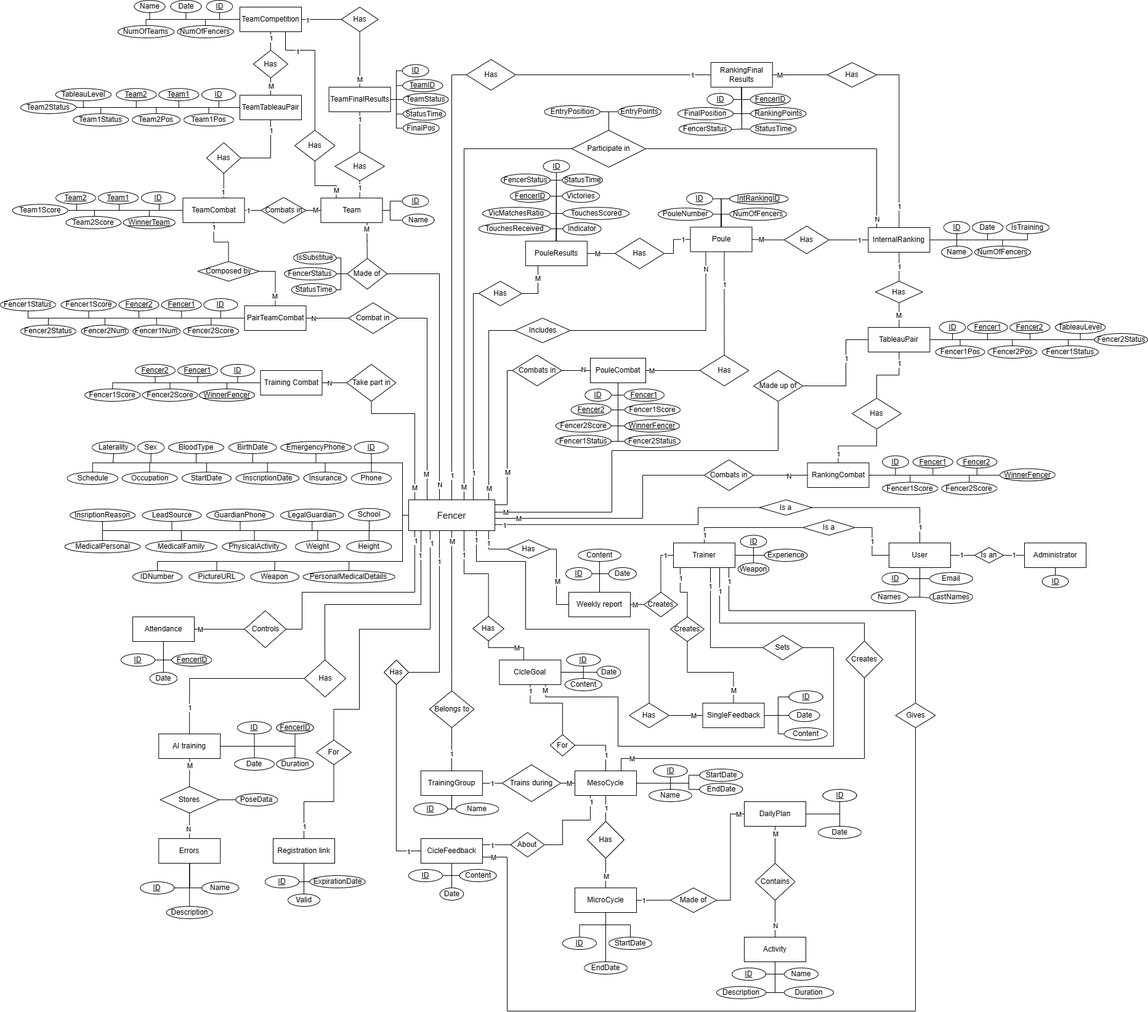
Above: Design/Web app/Database ER diagram.png in Diego-Hiriart/Capstone_Hiriart-Corales-Samaniego (draw.io), before the change. Source tidied: cells renumbered, new cells last; positions are measured from the earlier drawing's top-left corner, leaving out a move shared by most shapes.
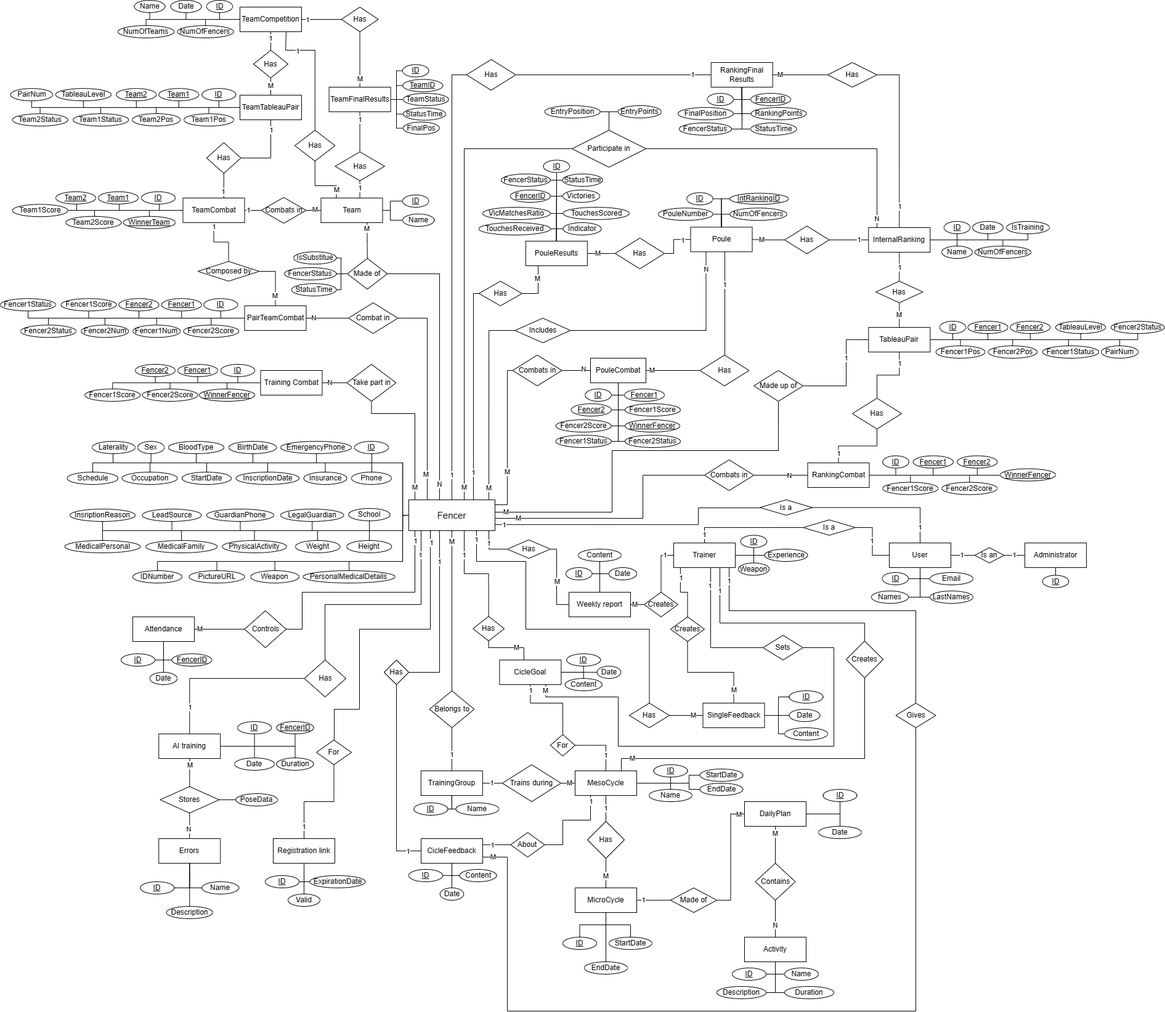
The same file after the commit.

Diff of the diagram source:
```diff
@@ -1376,9 +1376,20 @@
         </Array>
       </mxGeometry>
     </mxCell>
-    <mxCell id="243" style="edgeStyle=orthogonalEdgeStyle;rounded=0;jettySize=auto;html=1;exitX=1;exitY=0.5;exitDx=0;exitDy=0;entryX=0;entryY=0.5;entryDx=0;entryDy=0;endArrow=none;endFill=0;" parent="1" edge="1" source="244" target="584">
-      <mxGeometry relative="1" as="geometry" />
+    <mxCell id="243" style="edgeStyle=orthogonalEdgeStyle;rounded=0;jettySize=auto;html=1;exitX=1;exitY=0.5;exitDx=0;exitDy=0;entryX=0.5;entryY=1;entryDx=0;entryDy=0;endArrow=none;endFill=0;" parent="1" edge="1" source="244" target="584">
+      <mxGeometry relative="1" as="geometry">
+        <Array as="points">
+          <mxPoint x="1846" y="551" />
+        </Array>
+      </mxGeometry>
     </mxCell>
+    <mxCell id="593" style="edgeStyle=orthogonalEdgeStyle;rounded=0;jettySize=auto;html=1;exitX=1;exitY=0.5;exitDx=0;exitDy=0;entryX=0.5;entryY=0;entryDx=0;entryDy=0;endArrow=none;endFill=0;" parent="1" edge="1" source="244" target="596">
+      <mxGeometry relative="1" as="geometry">
+        <Array as="points">
+          <mxPoint x="1817" y="551" />
+        </Array>
+      </mxGeometry>
+    </mxCell>
     <mxCell id="244" value="TableauPair" style="whiteSpace=wrap;html=1;align=center;" parent="1" vertex="1">
       <mxGeometry x="1409.3" y="531" width="100" height="40" as="geometry" />
     </mxCell>
@@ -1668,9 +1679,20 @@
         </Array>
       </mxGeometry>
     </mxCell>
-    <mxCell id="296" style="edgeStyle=orthogonalEdgeStyle;rounded=0;jettySize=auto;html=1;exitX=0;exitY=0.5;exitDx=0;exitDy=0;endArrow=none;endFill=0;" parent="1" edge="1" source="297" target="581">
-      <mxGeometry relative="1" as="geometry" />
+    <mxCell id="296" style="edgeStyle=orthogonalEdgeStyle;rounded=0;jettySize=auto;html=1;exitX=0;exitY=0.5;exitDx=0;exitDy=0;endArrow=none;endFill=0;entryX=0.5;entryY=0;entryDx=0;entryDy=0;" parent="1" edge="1" source="297" target="581">
+      <mxGeometry relative="1" as="geometry">
+        <Array as="points">
+          <mxPoint x="65" y="174" />
+        </Array>
+      </mxGeometry>
     </mxCell>
+    <mxCell id="594" style="edgeStyle=orthogonalEdgeStyle;rounded=0;jettySize=auto;html=1;exitX=0;exitY=0.5;exitDx=0;exitDy=0;entryX=0.5;entryY=1;entryDx=0;entryDy=0;endArrow=none;endFill=0;" parent="1" edge="1" source="297" target="595">
+      <mxGeometry relative="1" as="geometry">
+        <Array as="points">
+          <mxPoint x="51" y="174" />
+        </Array>
+      </mxGeometry>
+    </mxCell>
     <mxCell id="297" value="TeamTableauPair" style="whiteSpace=wrap;html=1;align=center;" parent="1" vertex="1">
       <mxGeometry x="389" y="154" width="100" height="40" as="geometry" />
     </mxCell>
@@ -2804,7 +2826,7 @@
       <mxGeometry x="472.8" y="460" width="72.8" height="20" as="geometry" />
     </mxCell>
     <mxCell id="581" value="Team2Status" style="ellipse;whiteSpace=wrap;html=1;align=center;fontStyle=0;" parent="1" vertex="1">
-      <mxGeometry x="33" y="164" width="90" height="20" as="geometry" />
+      <mxGeometry x="19.6" y="184.2" width="90" height="20" as="geometry" />
     </mxCell>
     <mxCell id="582" value="Team1Status" style="ellipse;whiteSpace=wrap;html=1;align=center;fontStyle=0;" parent="1" vertex="1">
       <mxGeometry x="118.2" y="184.2" width="90" height="20" as="geometry" />
@@ -2813,7 +2835,7 @@
       <mxGeometry x="1691.8" y="561" width="91.2" height="20" as="geometry" />
     </mxCell>
     <mxCell id="584" value="Fencer2Status" style="ellipse;whiteSpace=wrap;html=1;align=center;fontStyle=0;" parent="1" vertex="1">
-      <mxGeometry x="1776.5" y="541" width="86.5" height="20" as="geometry" />
+      <mxGeometry x="1803" y="521" width="86.5" height="20" as="geometry" />
     </mxCell>
     <mxCell id="585" value="FencerStatus" style="ellipse;whiteSpace=wrap;html=1;align=center;fontStyle=0;" parent="1" vertex="1">
       <mxGeometry x="1102" y="199" width="85" height="20" as="geometry" />
@@ -2839,5 +2861,11 @@
     <mxCell id="592" value="Fencer2Status" style="ellipse;whiteSpace=wrap;html=1;align=center;fontStyle=0;" parent="1" vertex="1">
       <mxGeometry x="1014" y="706" width="90" height="20" as="geometry" />
     </mxCell>
+    <mxCell id="595" value="PairNum" style="ellipse;whiteSpace=wrap;html=1;align=center;fontStyle=0;" parent="1" vertex="1">
+      <mxGeometry x="16.6" y="143.2" width="68.5" height="20" as="geometry" />
+    </mxCell>
+    <mxCell id="596" value="PairNum" style="ellipse;whiteSpace=wrap;html=1;align=center;fontStyle=0;" parent="1" vertex="1">
+      <mxGeometry x="1787" y="561" width="60" height="20" as="geometry" />
+    </mxCell>
   </root>
 </mxGraphModel>
```
